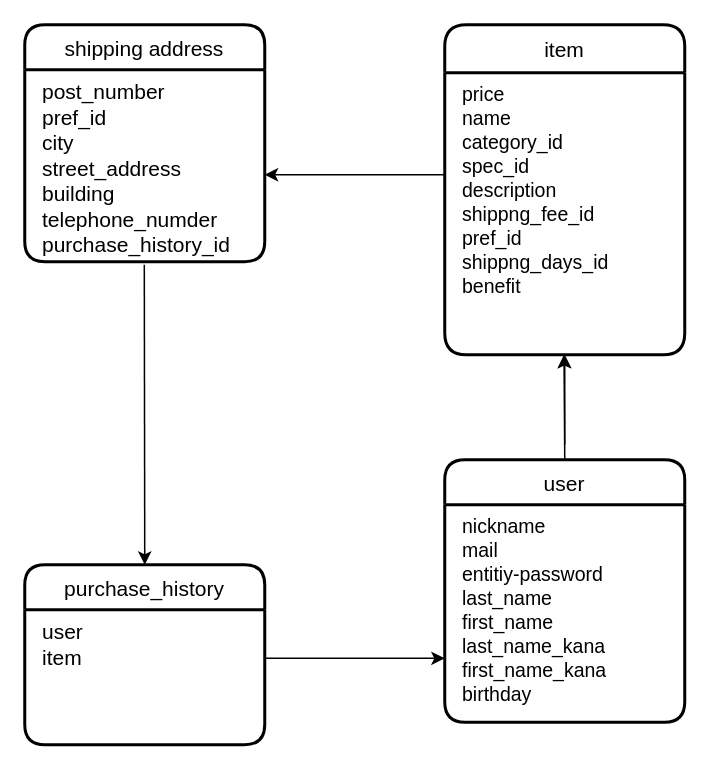
otak0574/furima-37001 keeps this draw.io diagram as app/assets/config/furima.dio. Above is the earlier version. Source tidied: cells renumbered, new cells numbered last; positions are measured from the earlier drawing's top-left corner, leaving out a move shared by most shapes. Both pictures are drawn from the tidied source at 150%, with x=0, y=0 at pixel (24, 24).
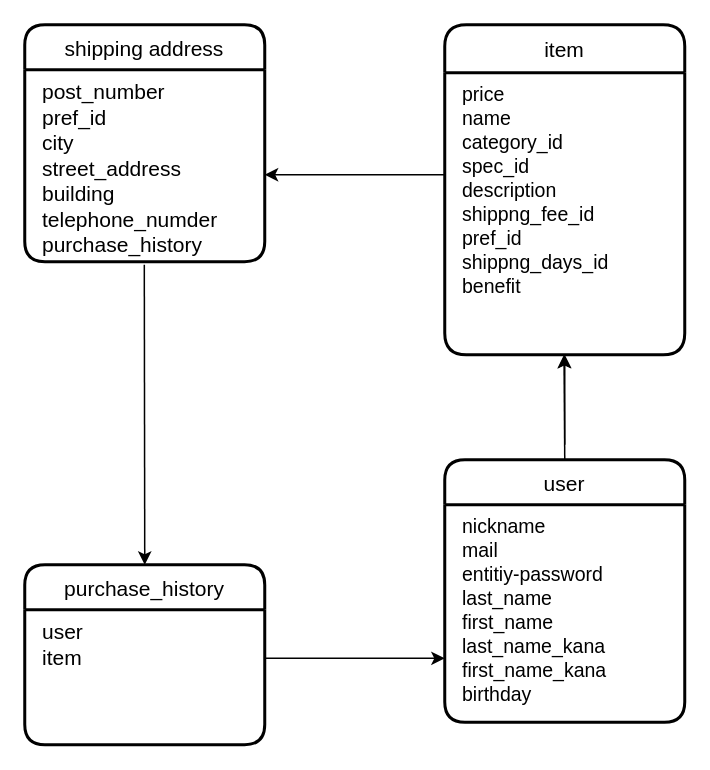
The same diagram, later.

The edit, as a diff of the source:
```diff
@@
 <mxGraphModel>
   <root>
     <mxCell id="0" />
     <mxCell id="1" parent="0" />
     <mxCell id="2" style="edgeStyle=none;html=1;exitX=0.5;exitY=0;exitDx=0;exitDy=0;" parent="1" edge="1" source="10">
       <mxGeometry relative="1" as="geometry">
         <mxPoint x="359.5" y="220" as="targetPoint" />
       </mxGeometry>
     </mxCell>
     <mxCell id="3" style="edgeStyle=none;html=1;exitX=1;exitY=0.36;exitDx=0;exitDy=0;exitPerimeter=0;" parent="1" edge="1">
       <mxGeometry relative="1" as="geometry">
         <mxPoint x="160" y="422.4" as="sourcePoint" />
         <mxPoint x="280" y="422.4" as="targetPoint" />
       </mxGeometry>
     </mxCell>
     <mxCell id="4" style="edgeStyle=none;html=1;exitX=0;exitY=0.5;exitDx=0;exitDy=0;entryX=1;entryY=0.5;entryDx=0;entryDy=0;" parent="1" edge="1">
       <mxGeometry relative="1" as="geometry">
         <mxPoint x="280" y="100" as="sourcePoint" />
         <mxPoint x="160" y="100" as="targetPoint" />
       </mxGeometry>
     </mxCell>
     <mxCell id="5" style="edgeStyle=none;html=1;entryX=0.5;entryY=0;entryDx=0;entryDy=0;exitX=0.498;exitY=1.135;exitDx=0;exitDy=0;exitPerimeter=0;" parent="1" edge="1">
       <mxGeometry relative="1" as="geometry">
         <mxPoint x="79.7" y="160" as="sourcePoint" />
         <mxPoint x="80" y="360" as="targetPoint" />
       </mxGeometry>
     </mxCell>
     <mxCell id="6" value="item" style="swimlane;horizontal=1;startSize=32;rounded=1;fontSize=14;fontStyle=0;strokeWidth=2;shadow=0;dashed=0;align=center;" parent="1" vertex="1">
       <mxGeometry x="280" width="160" height="220" as="geometry" />
     </mxCell>
     <mxCell id="7" value="price&#10;name&#10;category_id&#10;spec_id&#10;description&#10;shippng_fee_id&#10;pref_id&#10;shippng_days_id&#10;benefit" style="align=left;strokeColor=none;fillColor=none;spacingLeft=10;fontSize=13;verticalAlign=top;" parent="6" vertex="1">
       <mxGeometry y="32" width="160" height="188" as="geometry" />
     </mxCell>
     <mxCell id="8" value="purchase_history" style="swimlane;horizontal=1;startSize=30;rounded=1;fontSize=14;fontStyle=0;strokeWidth=2;shadow=0;dashed=0;align=center;" parent="1" vertex="1">
       <mxGeometry y="360" width="160" height="120" as="geometry" />
     </mxCell>
     <mxCell id="9" value="user&#10;item" style="align=left;strokeColor=none;fillColor=none;spacingLeft=10;fontSize=14;verticalAlign=top;" parent="8" vertex="1">
       <mxGeometry y="30" width="160" height="90" as="geometry" />
     </mxCell>
     <mxCell id="10" value="user" style="swimlane;horizontal=1;startSize=30;rounded=1;fontSize=14;fontStyle=0;strokeWidth=2;shadow=0;dashed=0;align=center;" parent="1" vertex="1">
       <mxGeometry x="280" y="290" width="160" height="175" as="geometry" />
     </mxCell>
     <mxCell id="11" value="nickname&#10;mail&#10;entitiy-password&#10;last_name&#10;first_name&#10;last_name_kana&#10;first_name_kana&#10;birthday" style="align=left;strokeColor=none;fillColor=none;spacingLeft=10;fontSize=13;verticalAlign=top;" parent="10" vertex="1">
       <mxGeometry y="30" width="160" height="145" as="geometry" />
     </mxCell>
     <mxCell id="12" value="shipping address" style="swimlane;horizontal=1;startSize=30;rounded=1;fontSize=14;fontStyle=0;strokeWidth=2;shadow=0;dashed=0;align=center;" parent="1" vertex="1">
       <mxGeometry width="160" height="158" as="geometry" />
     </mxCell>
-    <mxCell id="13" value="post_number&#10;pref_id&#10;city&#10;street_address&#10;building&#10;telephone_numder&#10;purchase_history_id" style="align=left;strokeColor=none;fillColor=none;spacingLeft=10;fontSize=14;verticalAlign=top;" parent="12" vertex="1">
+    <mxCell id="13" value="post_number&#10;pref_id&#10;city&#10;street_address&#10;building&#10;telephone_numder&#10;purchase_history" style="align=left;strokeColor=none;fillColor=none;spacingLeft=10;fontSize=14;verticalAlign=top;" parent="12" vertex="1">
       <mxGeometry y="30" width="160" height="128" as="geometry" />
     </mxCell>
     <mxCell id="14" style="edgeStyle=none;html=1;fontSize=14;" parent="1" edge="1" target="7">
       <mxGeometry relative="1" as="geometry">
         <mxPoint x="360" y="280" as="sourcePoint" />
       </mxGeometry>
     </mxCell>
   </root>
 </mxGraphModel>
```
